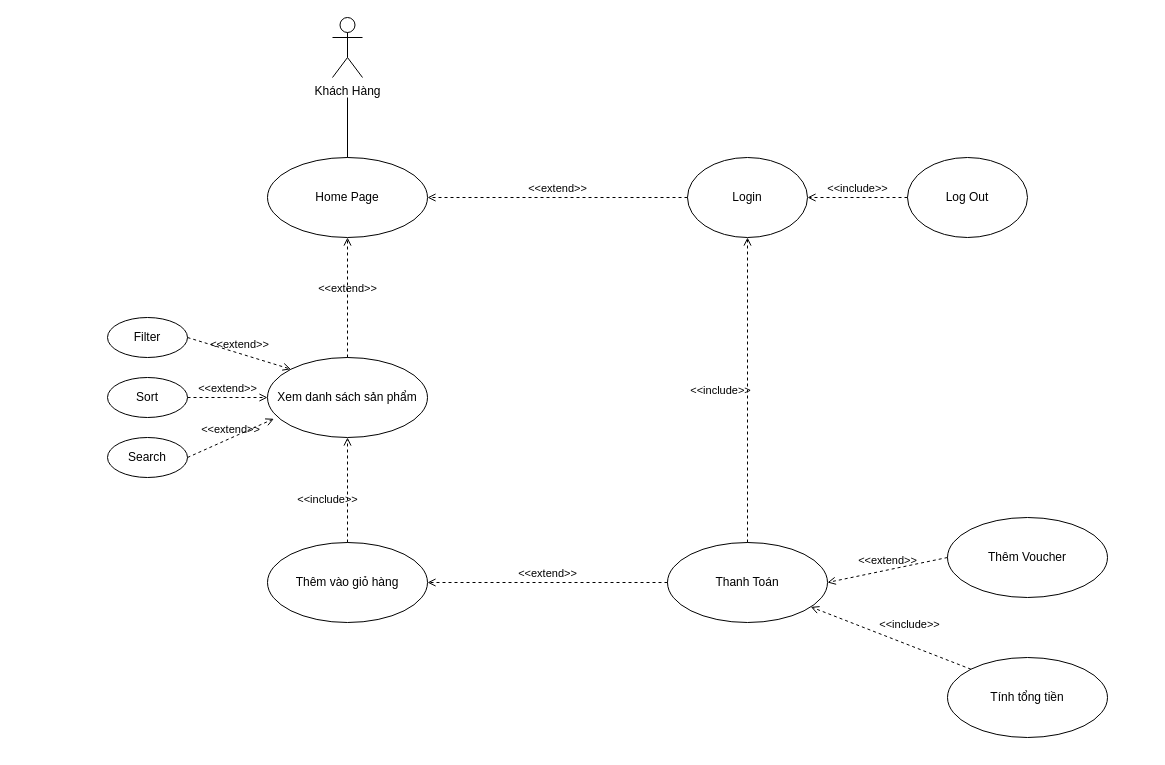
Before: page "Page-4" (4 of 5) of Untitled Diagram.drawio in NguyenThao1912/PTTKHTpicture, a draw.io diagram. Source tidied: cells renumbered, new cells numbered last; positions are measured from the earlier drawing's top-left corner, leaving out a move shared by most shapes. Both pictures are drawn from the tidied source at 100%, with x=0, y=0 at pixel (107, 17).
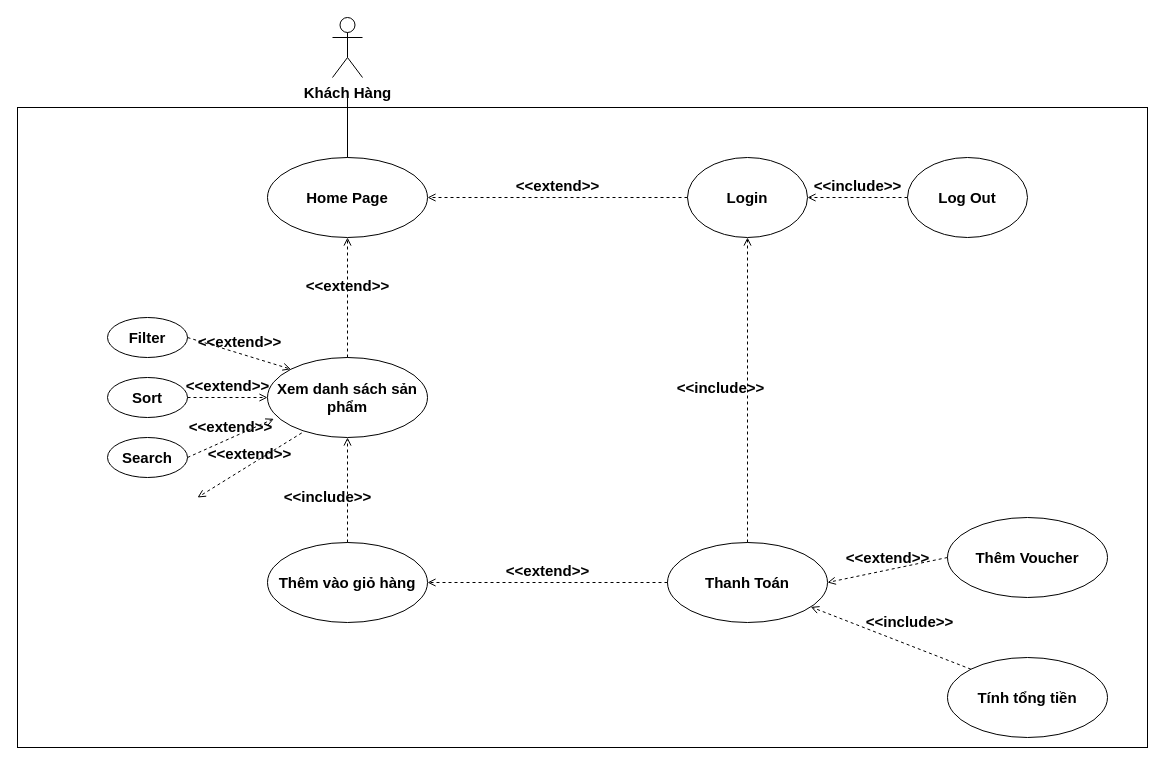
Above is the later version.

What changed in the source:
```diff
@@
+    <mxCell id="26" style="rounded=0;whiteSpace=wrap;html=1;fontStyle=1;fontSize=15;" parent="1" vertex="1">
+      <mxGeometry x="-90" y="90" width="1130" height="640" as="geometry" />
+    </mxCell>
-    <mxCell id="2" value="Khách Hàng" style="shape=umlActor;verticalLabelPosition=bottom;verticalAlign=top;html=1;" parent="1" vertex="1">
+    <mxCell id="2" value="Khách Hàng" style="shape=umlActor;verticalLabelPosition=bottom;verticalAlign=top;html=1;fontStyle=1;fontSize=15;" parent="1" vertex="1">
       <mxGeometry x="225" width="30" height="60" as="geometry" />
     </mxCell>
-    <mxCell id="3" value="Home Page" style="ellipse;whiteSpace=wrap;html=1;" parent="1" vertex="1">
+    <mxCell id="3" value="Home Page" style="ellipse;whiteSpace=wrap;html=1;fontStyle=1;fontSize=15;" parent="1" vertex="1">
       <mxGeometry x="160" y="140" width="160" height="80" as="geometry" />
     </mxCell>
-    <mxCell id="4" value="Login" style="ellipse;whiteSpace=wrap;html=1;" parent="1" vertex="1">
+    <mxCell id="4" value="Login" style="ellipse;whiteSpace=wrap;html=1;fontStyle=1;fontSize=15;" parent="1" vertex="1">
       <mxGeometry x="580" y="140" width="120" height="80" as="geometry" />
     </mxCell>
-    <mxCell id="5" value="Log Out" style="ellipse;whiteSpace=wrap;html=1;" parent="1" vertex="1">
+    <mxCell id="5" value="Log Out" style="ellipse;whiteSpace=wrap;html=1;fontStyle=1;fontSize=15;" parent="1" vertex="1">
       <mxGeometry x="800" y="140" width="120" height="80" as="geometry" />
     </mxCell>
-    <mxCell id="6" value="Xem danh sách sản phẩm" style="ellipse;whiteSpace=wrap;html=1;" parent="1" vertex="1">
+    <mxCell id="6" value="Xem danh sách sản phẩm" style="ellipse;whiteSpace=wrap;html=1;fontStyle=1;fontSize=15;" parent="1" vertex="1">
       <mxGeometry x="160" y="340" width="160" height="80" as="geometry" />
     </mxCell>
-    <mxCell id="7" value="Search" style="ellipse;whiteSpace=wrap;html=1;" parent="1" vertex="1">
+    <mxCell id="7" value="Search" style="ellipse;whiteSpace=wrap;html=1;fontStyle=1;fontSize=15;" parent="1" vertex="1">
       <mxGeometry y="420" width="80" height="40" as="geometry" />
     </mxCell>
-    <mxCell id="8" value="Sort" style="ellipse;whiteSpace=wrap;html=1;" parent="1" vertex="1">
+    <mxCell id="8" value="Sort" style="ellipse;whiteSpace=wrap;html=1;fontStyle=1;fontSize=15;" parent="1" vertex="1">
       <mxGeometry y="360" width="80" height="40" as="geometry" />
     </mxCell>
-    <mxCell id="9" value="Filter" style="ellipse;whiteSpace=wrap;html=1;" parent="1" vertex="1">
+    <mxCell id="9" value="Filter" style="ellipse;whiteSpace=wrap;html=1;fontStyle=1;fontSize=15;" parent="1" vertex="1">
       <mxGeometry y="300" width="80" height="40" as="geometry" />
     </mxCell>
-    <mxCell id="10" value="Thêm vào giỏ hàng" style="ellipse;whiteSpace=wrap;html=1;" parent="1" vertex="1">
+    <mxCell id="10" value="Thêm vào giỏ hàng" style="ellipse;whiteSpace=wrap;html=1;fontStyle=1;fontSize=15;" parent="1" vertex="1">
       <mxGeometry x="160" y="525" width="160" height="80" as="geometry" />
     </mxCell>
-    <mxCell id="11" value="&amp;lt;&amp;lt;include&amp;gt;&amp;gt;" style="html=1;verticalAlign=bottom;labelBackgroundColor=none;endArrow=open;endFill=0;dashed=1;exitX=0;exitY=0.5;exitDx=0;exitDy=0;entryX=1;entryY=0.5;entryDx=0;entryDy=0;" parent="1" edge="1" source="5" target="4">
+    <mxCell id="11" value="&amp;lt;&amp;lt;include&amp;gt;&amp;gt;" style="html=1;verticalAlign=bottom;labelBackgroundColor=none;endArrow=open;endFill=0;dashed=1;exitX=0;exitY=0.5;exitDx=0;exitDy=0;entryX=1;entryY=0.5;entryDx=0;entryDy=0;fontStyle=1;fontSize=15;" parent="1" edge="1" source="5" target="4">
       <mxGeometry relative="1" as="geometry" />
     </mxCell>
-    <mxCell id="12" value="Thanh Toán" style="ellipse;whiteSpace=wrap;html=1;" parent="1" vertex="1">
+    <mxCell id="12" value="Thanh Toán" style="ellipse;whiteSpace=wrap;html=1;fontStyle=1;fontSize=15;" parent="1" vertex="1">
       <mxGeometry x="560" y="525" width="160" height="80" as="geometry" />
     </mxCell>
-    <mxCell id="13" value="&amp;lt;&amp;lt;include&amp;gt;&amp;gt;" style="html=1;verticalAlign=bottom;labelBackgroundColor=none;endArrow=open;endFill=0;dashed=1;exitX=0.5;exitY=0;exitDx=0;exitDy=0;entryX=0.5;entryY=1;entryDx=0;entryDy=0;" parent="1" edge="1" source="12" target="4">
+    <mxCell id="13" value="&amp;lt;&amp;lt;include&amp;gt;&amp;gt;" style="html=1;verticalAlign=bottom;labelBackgroundColor=none;endArrow=open;endFill=0;dashed=1;exitX=0.5;exitY=0;exitDx=0;exitDy=0;entryX=0.5;entryY=1;entryDx=0;entryDy=0;fontStyle=1;fontSize=15;" parent="1" edge="1" source="12" target="4">
       <mxGeometry x="-0.06" y="27" relative="1" as="geometry" />
     </mxCell>
-    <mxCell id="14" value="Thêm Voucher" style="ellipse;whiteSpace=wrap;html=1;" parent="1" vertex="1">
+    <mxCell id="14" value="Thêm Voucher" style="ellipse;whiteSpace=wrap;html=1;fontStyle=1;fontSize=15;" parent="1" vertex="1">
       <mxGeometry x="840" y="500" width="160" height="80" as="geometry" />
     </mxCell>
-    <mxCell id="15" value="&amp;lt;&amp;lt;extend&amp;gt;&amp;gt;" style="html=1;verticalAlign=bottom;labelBackgroundColor=none;endArrow=open;endFill=0;dashed=1;exitX=0;exitY=0.5;exitDx=0;exitDy=0;entryX=1;entryY=0.5;entryDx=0;entryDy=0;" parent="1" edge="1" source="14" target="12">
+    <mxCell id="15" value="&amp;lt;&amp;lt;extend&amp;gt;&amp;gt;" style="html=1;verticalAlign=bottom;labelBackgroundColor=none;endArrow=open;endFill=0;dashed=1;exitX=0;exitY=0.5;exitDx=0;exitDy=0;entryX=1;entryY=0.5;entryDx=0;entryDy=0;fontStyle=1;fontSize=15;" parent="1" edge="1" source="14" target="12">
       <mxGeometry relative="1" as="geometry" />
     </mxCell>
-    <mxCell id="16" value="&amp;lt;&amp;lt;extend&amp;gt;&amp;gt;" style="html=1;verticalAlign=bottom;labelBackgroundColor=none;endArrow=open;endFill=0;dashed=1;exitX=0;exitY=0.5;exitDx=0;exitDy=0;entryX=1;entryY=0.5;entryDx=0;entryDy=0;" parent="1" edge="1" source="4" target="3">
+    <mxCell id="16" value="&amp;lt;&amp;lt;extend&amp;gt;&amp;gt;" style="html=1;verticalAlign=bottom;labelBackgroundColor=none;endArrow=open;endFill=0;dashed=1;exitX=0;exitY=0.5;exitDx=0;exitDy=0;entryX=1;entryY=0.5;entryDx=0;entryDy=0;fontStyle=1;fontSize=15;" parent="1" edge="1" source="4" target="3">
       <mxGeometry relative="1" as="geometry" />
     </mxCell>
-    <mxCell id="17" value="Tính tổng tiền" style="ellipse;whiteSpace=wrap;html=1;" parent="1" vertex="1">
+    <mxCell id="17" value="Tính tổng tiền" style="ellipse;whiteSpace=wrap;html=1;fontStyle=1;fontSize=15;" parent="1" vertex="1">
       <mxGeometry x="840" y="640" width="160" height="80" as="geometry" />
     </mxCell>
-    <mxCell id="18" value="&amp;lt;&amp;lt;include&amp;gt;&amp;gt;" style="html=1;verticalAlign=bottom;labelBackgroundColor=none;endArrow=open;endFill=0;dashed=1;exitX=0;exitY=0;exitDx=0;exitDy=0;" parent="1" edge="1" source="17" target="12">
+    <mxCell id="18" value="&amp;lt;&amp;lt;include&amp;gt;&amp;gt;" style="html=1;verticalAlign=bottom;labelBackgroundColor=none;endArrow=open;endFill=0;dashed=1;exitX=0;exitY=0;exitDx=0;exitDy=0;fontStyle=1;fontSize=15;" parent="1" edge="1" source="17" target="12">
       <mxGeometry x="-0.17" y="-11" relative="1" as="geometry">
         <mxPoint x="1" as="offset" />
       </mxGeometry>
     </mxCell>
-    <mxCell id="19" value="&amp;lt;&amp;lt;extend&amp;gt;&amp;gt;" style="html=1;verticalAlign=bottom;labelBackgroundColor=none;endArrow=open;endFill=0;dashed=1;exitX=0;exitY=0.5;exitDx=0;exitDy=0;entryX=1;entryY=0.5;entryDx=0;entryDy=0;" parent="1" edge="1" source="12" target="10">
+    <mxCell id="19" value="&amp;lt;&amp;lt;extend&amp;gt;&amp;gt;" style="html=1;verticalAlign=bottom;labelBackgroundColor=none;endArrow=open;endFill=0;dashed=1;exitX=0;exitY=0.5;exitDx=0;exitDy=0;entryX=1;entryY=0.5;entryDx=0;entryDy=0;fontStyle=1;fontSize=15;" parent="1" edge="1" source="12" target="10">
       <mxGeometry relative="1" as="geometry" />
     </mxCell>
-    <mxCell id="20" value="&amp;lt;&amp;lt;include&amp;gt;&amp;gt;" style="html=1;verticalAlign=bottom;labelBackgroundColor=none;endArrow=open;endFill=0;dashed=1;exitX=0.5;exitY=0;exitDx=0;exitDy=0;entryX=0.5;entryY=1;entryDx=0;entryDy=0;" parent="1" edge="1" source="10" target="6">
+    <mxCell id="20" value="&amp;lt;&amp;lt;include&amp;gt;&amp;gt;" style="html=1;verticalAlign=bottom;labelBackgroundColor=none;endArrow=open;endFill=0;dashed=1;exitX=0.5;exitY=0;exitDx=0;exitDy=0;entryX=0.5;entryY=1;entryDx=0;entryDy=0;fontStyle=1;fontSize=15;" parent="1" edge="1" source="10" target="6">
       <mxGeometry x="-0.33" y="20" relative="1" as="geometry">
         <mxPoint y="1" as="offset" />
       </mxGeometry>
     </mxCell>
-    <mxCell id="21" value="&amp;lt;&amp;lt;extend&amp;gt;&amp;gt;" style="html=1;verticalAlign=bottom;labelBackgroundColor=none;endArrow=open;endFill=0;dashed=1;exitX=1;exitY=0.5;exitDx=0;exitDy=0;entryX=0;entryY=0;entryDx=0;entryDy=0;" parent="1" edge="1" source="9" target="6">
+    <mxCell id="21" value="&amp;lt;&amp;lt;extend&amp;gt;&amp;gt;" style="html=1;verticalAlign=bottom;labelBackgroundColor=none;endArrow=open;endFill=0;dashed=1;exitX=1;exitY=0.5;exitDx=0;exitDy=0;entryX=0;entryY=0;entryDx=0;entryDy=0;fontStyle=1;fontSize=15;" parent="1" edge="1" source="9" target="6">
       <mxGeometry relative="1" as="geometry" />
     </mxCell>
-    <mxCell id="22" value="&amp;lt;&amp;lt;extend&amp;gt;&amp;gt;" style="html=1;verticalAlign=bottom;labelBackgroundColor=none;endArrow=open;endFill=0;dashed=1;exitX=1;exitY=0.5;exitDx=0;exitDy=0;entryX=0.04;entryY=0.766;entryDx=0;entryDy=0;entryPerimeter=0;" parent="1" edge="1" source="7" target="6">
+    <mxCell id="22" value="&amp;lt;&amp;lt;extend&amp;gt;&amp;gt;" style="html=1;verticalAlign=bottom;labelBackgroundColor=none;endArrow=open;endFill=0;dashed=1;exitX=1;exitY=0.5;exitDx=0;exitDy=0;entryX=0.04;entryY=0.766;entryDx=0;entryDy=0;entryPerimeter=0;fontStyle=1;fontSize=15;" parent="1" edge="1" source="7" target="6">
       <mxGeometry relative="1" as="geometry" />
     </mxCell>
-    <mxCell id="23" value="&amp;lt;&amp;lt;extend&amp;gt;&amp;gt;" style="html=1;verticalAlign=bottom;labelBackgroundColor=none;endArrow=open;endFill=0;dashed=1;exitX=1;exitY=0.5;exitDx=0;exitDy=0;entryX=0;entryY=0.5;entryDx=0;entryDy=0;" parent="1" edge="1" source="8" target="6">
+    <mxCell id="23" value="&amp;lt;&amp;lt;extend&amp;gt;&amp;gt;" style="html=1;verticalAlign=bottom;labelBackgroundColor=none;endArrow=open;endFill=0;dashed=1;exitX=1;exitY=0.5;exitDx=0;exitDy=0;entryX=0;entryY=0.5;entryDx=0;entryDy=0;fontStyle=1;fontSize=15;" parent="1" edge="1" source="8" target="6">
       <mxGeometry relative="1" as="geometry" />
     </mxCell>
-    <mxCell id="24" value="&amp;lt;&amp;lt;extend&amp;gt;&amp;gt;" style="html=1;verticalAlign=bottom;labelBackgroundColor=none;endArrow=open;endFill=0;dashed=1;exitX=0.5;exitY=0;exitDx=0;exitDy=0;entryX=0.5;entryY=1;entryDx=0;entryDy=0;" parent="1" edge="1" source="6" target="3">
+    <mxCell id="24" value="&amp;lt;&amp;lt;extend&amp;gt;&amp;gt;" style="html=1;verticalAlign=bottom;labelBackgroundColor=none;endArrow=open;endFill=0;dashed=1;exitX=0.5;exitY=0;exitDx=0;exitDy=0;entryX=0.5;entryY=1;entryDx=0;entryDy=0;fontStyle=1;fontSize=15;" parent="1" edge="1" source="6" target="3">
       <mxGeometry relative="1" as="geometry" />
     </mxCell>
-    <mxCell id="25" style="endArrow=none;html=1;exitX=0.5;exitY=0;exitDx=0;exitDy=0;" parent="1" edge="1" source="3">
+    <mxCell id="25" style="endArrow=none;html=1;exitX=0.5;exitY=0;exitDx=0;exitDy=0;fontStyle=1;fontSize=15;" parent="1" edge="1" source="3">
       <mxGeometry relative="1" as="geometry">
         <mxPoint x="240" y="80" as="targetPoint" />
       </mxGeometry>
     </mxCell>
+    <mxCell id="27" value="&amp;lt;&amp;lt;extend&amp;gt;&amp;gt;" style="html=1;verticalAlign=bottom;labelBackgroundColor=none;endArrow=open;endFill=0;dashed=1;exitX=0.214;exitY=0.943;exitDx=0;exitDy=0;exitPerimeter=0;fontStyle=1;fontSize=15;" parent="1" edge="1" source="6">
+      <mxGeometry relative="1" as="geometry">
+        <mxPoint x="90" y="480" as="targetPoint" />
+      </mxGeometry>
+    </mxCell>
```
